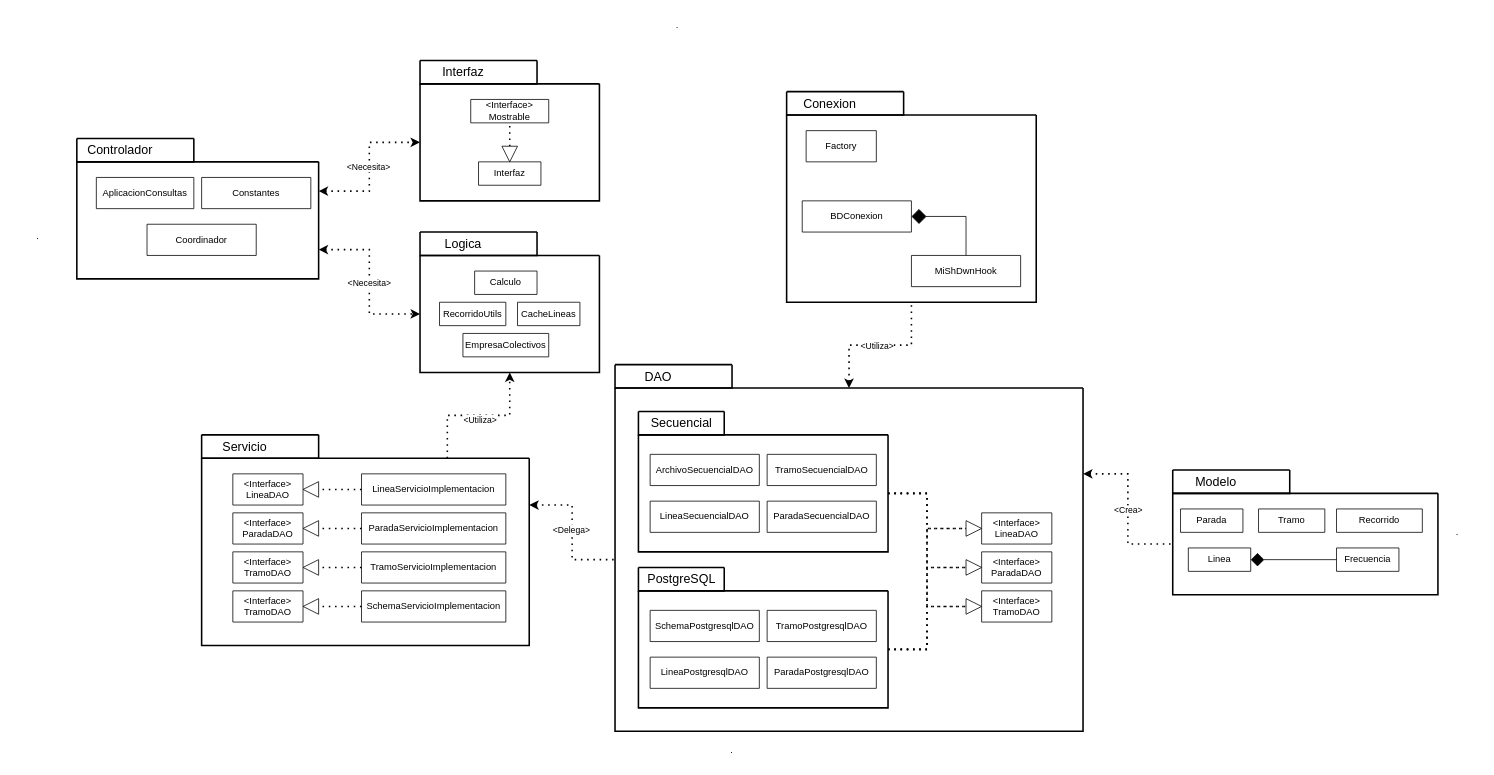
Before: src/colectivo/doc/uml/drawio/colectivo.relaciones.drawio in AverageZeko/POO-colectivos, a draw.io diagram. Source tidied: cells renumbered, new cells numbered last; positions are measured from the earlier drawing's top-left corner, leaving out a move shared by most shapes. Both pictures are drawn from the tidied source at 78%, with x=0, y=0 at pixel (14, 13).
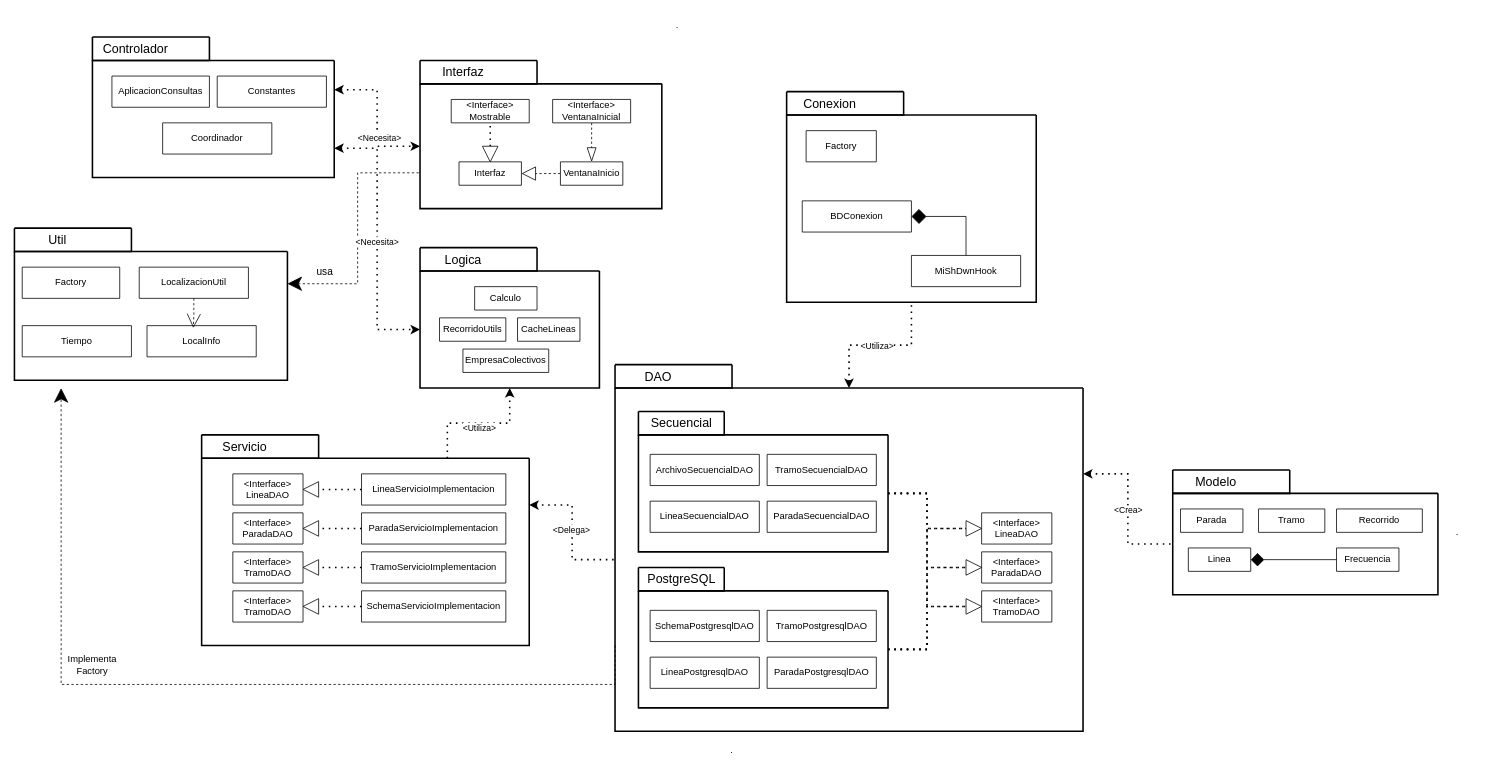
The same diagram, later.

The change refers to these unchanged cells:
```xml
<mxCell id="15" style="swimlane;startSize=0;align=center;strokeWidth=2;" parent="1" vertex="1">
  <mxGeometry x="770" y="480" width="600" height="440" as="geometry" />
</mxCell>
<mxCell id="88" style="endArrow=classic;dashed=1;html=1;dashPattern=1 3;strokeWidth=2;rounded=0;entryX=0;entryY=0.5;entryDx=0;entryDy=0;exitX=1;exitY=0.25;exitDx=0;exitDy=0;edgeStyle=orthogonalEdgeStyle;startArrow=classic;startFill=1;endFill=1;" parent="1" edge="1" source="9" target="38">
  <mxGeometry relative="1" as="geometry" />
</mxCell>
```

What changed in the source:
```diff
@@
     <mxCell id="9" style="swimlane;startSize=0;align=center;strokeWidth=2;" parent="1" vertex="1">
-      <mxGeometry x="80" y="190" width="310" height="150" as="geometry" />
+      <mxGeometry x="100" y="60" width="310" height="150" as="geometry" />
     </mxCell>
@@
-    <mxCell id="13" style="swimlane;startSize=0;strokeWidth=2;" parent="1" vertex="1">
-      <mxGeometry x="80" y="160" width="150" height="30" as="geometry" />
+    <mxCell id="13" style="swimlane;startSize=0;strokeWidth=2;" parent="9" vertex="1">
+      <mxGeometry y="-30" width="150" height="30" as="geometry" />
     </mxCell>
@@
+    <mxCell id="102" style="edgeStyle=orthogonalEdgeStyle;rounded=0;jettySize=auto;html=1;entryX=1;entryY=0.25;entryDx=0;entryDy=0;dashed=1;endArrow=classic;endFill=1;endSize=16;exitX=-0.005;exitY=0.713;exitDx=0;exitDy=0;exitPerimeter=0;" parent="1" edge="1" source="38" target="107">
+      <mxGeometry relative="1" as="geometry" />
+    </mxCell>
     <mxCell id="38" style="swimlane;startSize=0;align=center;strokeWidth=2;" parent="1" vertex="1">
-      <mxGeometry x="520" y="90" width="230" height="150" as="geometry" />
+      <mxGeometry x="520" y="90" width="310" height="160" as="geometry" />
     </mxCell>
     <mxCell id="39" value="Interfaz" style="swimlane;fontStyle=0;horizontal=1;startSize=100;whiteSpace=wrap;html=1;" parent="38" vertex="1">
-      <mxGeometry x="75" y="100" width="80" height="30" as="geometry" />
+      <mxGeometry x="50" y="100" width="80" height="30" as="geometry" />
     </mxCell>
     <mxCell id="40" value="&lt;div&gt;&amp;lt;Interface&amp;gt;&lt;/div&gt;&lt;div&gt;Mostrable&lt;/div&gt;" style="swimlane;fontStyle=0;horizontal=1;startSize=100;whiteSpace=wrap;html=1;" parent="38" vertex="1">
-      <mxGeometry x="65" y="20" width="100" height="30" as="geometry" />
+      <mxGeometry x="40" y="20" width="100" height="30" as="geometry" />
     </mxCell>
@@
     <mxCell id="42" style="triangle;whiteSpace=wrap;html=1;direction=south;" parent="38" vertex="1">
-      <mxGeometry x="105" y="80" width="20" height="20" as="geometry" />
+      <mxGeometry x="80" y="80" width="20" height="20" as="geometry" />
     </mxCell>
+    <mxCell id="103" style="edgeStyle=orthogonalEdgeStyle;rounded=0;jettySize=auto;html=1;entryX=1;entryY=0.5;entryDx=0;entryDy=0;endSize=16;endArrow=block;endFill=0;dashed=1;" parent="38" edge="1" source="104" target="39">
+      <mxGeometry relative="1" as="geometry" />
+    </mxCell>
+    <mxCell id="104" value="VentanaInicio" style="swimlane;fontStyle=0;horizontal=1;startSize=100;whiteSpace=wrap;html=1;" parent="38" vertex="1">
+      <mxGeometry x="180" y="100" width="80" height="30" as="geometry" />
+    </mxCell>
+    <mxCell id="105" style="edgeStyle=orthogonalEdgeStyle;rounded=0;jettySize=auto;html=1;entryX=0.5;entryY=0;entryDx=0;entryDy=0;dashed=1;endArrow=blockThin;endFill=0;endSize=16;" parent="38" edge="1" source="106" target="104">
+      <mxGeometry relative="1" as="geometry" />
+    </mxCell>
+    <mxCell id="106" value="&lt;div&gt;&amp;lt;Interface&amp;gt;&lt;/div&gt;&lt;div&gt;VentanaInicial&lt;/div&gt;" style="swimlane;fontStyle=0;horizontal=1;startSize=100;whiteSpace=wrap;html=1;" parent="38" vertex="1">
+      <mxGeometry x="170" y="20" width="100" height="30" as="geometry" />
+    </mxCell>
@@
     <mxCell id="45" style="swimlane;startSize=0;align=center;strokeWidth=2;" parent="1" vertex="1">
-      <mxGeometry x="520" y="310" width="230" height="150" as="geometry" />
+      <mxGeometry x="520" y="330" width="230" height="150" as="geometry" />
     </mxCell>
@@
     <mxCell id="50" style="swimlane;startSize=0;strokeWidth=2;" parent="1" vertex="1">
-      <mxGeometry x="520" y="280" width="150" height="30" as="geometry" />
+      <mxGeometry x="520" y="300" width="150" height="30" as="geometry" />
     </mxCell>
@@
     <mxCell id="89" value="&amp;lt;Necesita&amp;gt;" style="edgeLabel;html=1;align=center;verticalAlign=middle;" parent="88" vertex="1">
-      <mxGeometry y="2" relative="1" as="geometry" />
+      <mxGeometry y="2" relative="1" as="geometry">
+        <mxPoint y="26" as="offset" />
+      </mxGeometry>
     </mxCell>
@@
-    <mxCell id="93" value="." style="text;html=1;whiteSpace=wrap;strokeColor=none;fillColor=none;align=center;verticalAlign=middle;rounded=0;" parent="1" vertex="1">
-      <mxGeometry y="270" width="60" height="30" as="geometry" />
-    </mxCell>
@@
+    <mxCell id="107" style="swimlane;startSize=0;align=center;strokeWidth=2;" parent="1" vertex="1">
+      <mxGeometry y="305" width="350" height="165" as="geometry" />
+    </mxCell>
+    <mxCell id="108" value="Factory" style="swimlane;fontStyle=0;horizontal=1;startSize=100;whiteSpace=wrap;html=1;" parent="107" vertex="1">
+      <mxGeometry x="10" y="20" width="125" height="40" as="geometry" />
+    </mxCell>
+    <mxCell id="109" value="LocalizacionUtil" style="swimlane;fontStyle=0;horizontal=1;startSize=100;whiteSpace=wrap;html=1;" parent="107" vertex="1">
+      <mxGeometry x="160" y="20" width="140" height="40" as="geometry" />
+    </mxCell>
+    <mxCell id="110" value="Tiempo" style="swimlane;fontStyle=0;horizontal=1;startSize=80;whiteSpace=wrap;html=1;" parent="107" vertex="1">
+      <mxGeometry x="10" y="95" width="140" height="40" as="geometry" />
+    </mxCell>
+    <mxCell id="111" value="LocalInfo" style="swimlane;fontStyle=0;horizontal=1;startSize=100;whiteSpace=wrap;html=1;" parent="107" vertex="1">
+      <mxGeometry x="170" y="95" width="140" height="40" as="geometry" />
+    </mxCell>
+    <mxCell id="112" style="edgeStyle=orthogonalEdgeStyle;rounded=0;jettySize=auto;html=1;entryX=0.424;entryY=0.075;entryDx=0;entryDy=0;entryPerimeter=0;endSize=16;endArrow=open;endFill=0;dashed=1;" parent="107" edge="1" source="109" target="111">
+      <mxGeometry relative="1" as="geometry" />
+    </mxCell>
+    <mxCell id="113" style="swimlane;startSize=0;strokeWidth=2;" parent="1" vertex="1">
+      <mxGeometry y="275" width="150" height="30" as="geometry" />
+    </mxCell>
+    <mxCell id="114" value="Util" style="text;html=1;align=center;verticalAlign=middle;strokeColor=none;fillColor=none;fontSize=16;" parent="113" vertex="1">
+      <mxGeometry x="30" width="50" height="30" as="geometry" />
+    </mxCell>
+    <mxCell id="115" value="&lt;font style=&quot;font-size: 13px;&quot;&gt;usa&amp;nbsp;&lt;/font&gt;" style="text;html=1;whiteSpace=wrap;strokeColor=none;fillColor=none;align=center;verticalAlign=middle;rounded=0;" parent="1" vertex="1">
+      <mxGeometry x="350" y="305" width="100" height="50" as="geometry" />
+    </mxCell>
+    <mxCell id="116" style="edgeStyle=orthogonalEdgeStyle;rounded=0;jettySize=auto;html=1;exitX=0;exitY=0.75;exitDx=0;exitDy=0;entryX=0.171;entryY=1.061;entryDx=0;entryDy=0;entryPerimeter=0;endSize=16;endArrow=classic;endFill=1;dashed=1;" parent="1" edge="1" source="15" target="107">
+      <mxGeometry relative="1" as="geometry">
+        <Array as="points">
+          <mxPoint x="770" y="860" />
+          <mxPoint x="60" y="860" />
+        </Array>
+      </mxGeometry>
+    </mxCell>
+    <mxCell id="117" value="Implementa Factory" style="text;html=1;whiteSpace=wrap;strokeColor=none;fillColor=none;align=center;verticalAlign=middle;rounded=0;" parent="1" vertex="1">
+      <mxGeometry x="70" y="820" width="60" height="30" as="geometry" />
+    </mxCell>
```
